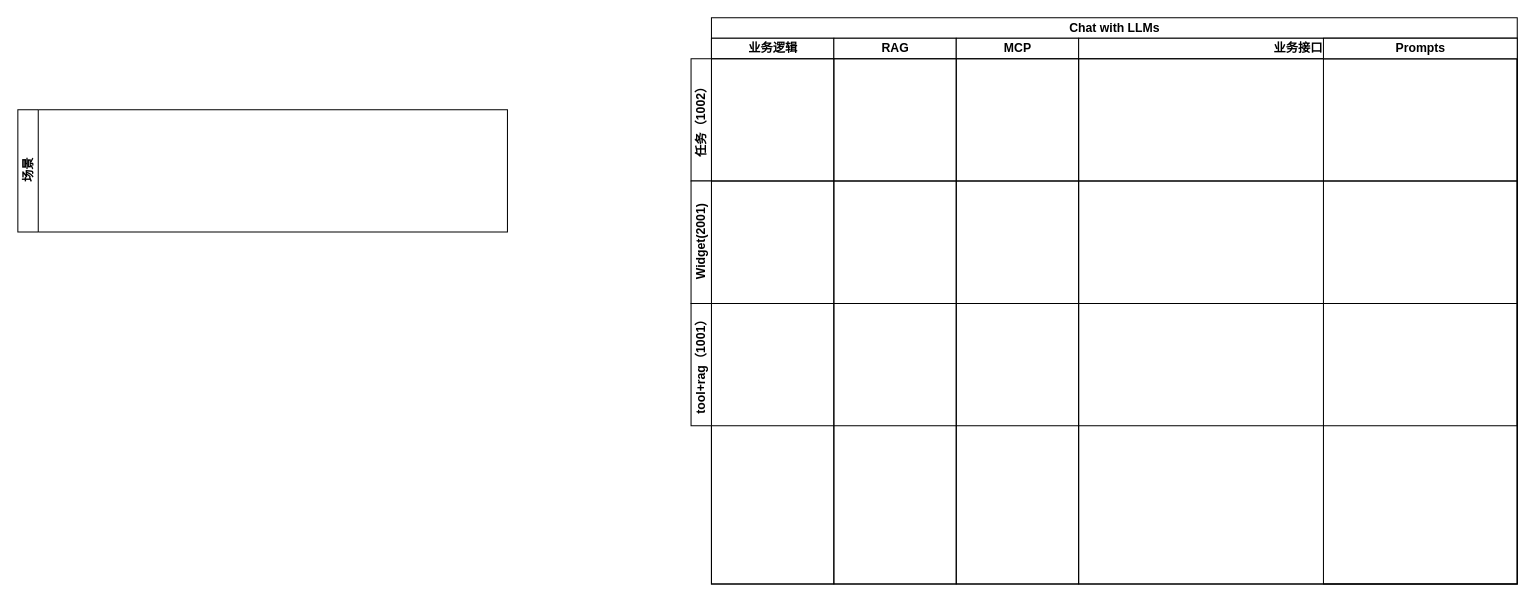
This is page "Page-1" (1 of 2) of 对话流程图.drawio from ludevica/hello-world, a draw.io file, before an edit. Source tidied: cells renumbered, new cells numbered last; positions are measured from the earlier drawing's top-left corner, leaving out a move shared by most shapes. Both pictures are drawn from the tidied source at 102%, with x=0, y=0 at pixel (17, 17).
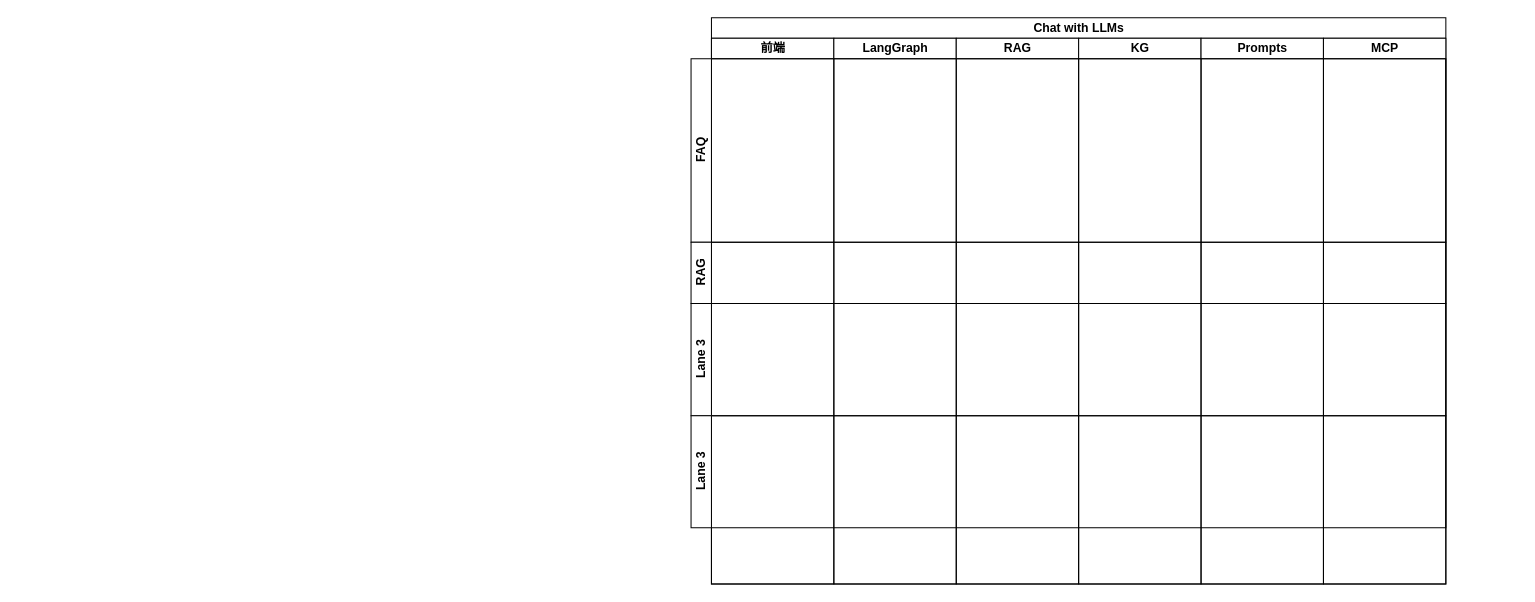
Above is the later version.

Commit message:
更新对话流程图.drawio

The edit, as a diff of the source:
```diff
@@
 <mxGraphModel>
   <root>
     <mxCell id="0" />
     <mxCell id="1" parent="0" />
     <mxCell id="2" value="Chat with LLMs" style="swimlane;startSize=20;html=1;" parent="1" vertex="1">
-      <mxGeometry x="680" width="790" height="555" as="geometry" />
+      <mxGeometry x="680" width="720" height="555" as="geometry" />
     </mxCell>
-    <mxCell id="3" value="业务逻辑" style="swimlane;startSize=20;html=1;" parent="2" vertex="1">
+    <mxCell id="3" value="前端" style="swimlane;startSize=20;html=1;" parent="2" vertex="1">
       <mxGeometry y="20" width="120" height="535" as="geometry" />
     </mxCell>
+    <mxCell id="12" value="LangGraph" style="swimlane;startSize=20;html=1;" parent="2" vertex="1">
+      <mxGeometry x="120" y="20" width="120" height="535" as="geometry" />
+    </mxCell>
     <mxCell id="4" value="RAG" style="swimlane;startSize=20;html=1;" parent="2" vertex="1">
-      <mxGeometry x="120" y="20" width="120" height="535" as="geometry" />
+      <mxGeometry x="240" y="20" width="120" height="535" as="geometry" />
     </mxCell>
-    <mxCell id="5" value="MCP" style="swimlane;startSize=20;html=1;" parent="2" vertex="1">
-      <mxGeometry x="240" y="20" width="120" height="535" as="geometry" />
+    <mxCell id="5" value="KG" style="swimlane;startSize=20;html=1;" parent="2" vertex="1">
+      <mxGeometry x="360" y="20" width="120" height="535" as="geometry" />
     </mxCell>
-    <mxCell id="6" value="业务接口" style="swimlane;startSize=20;html=1;" parent="2" vertex="1">
-      <mxGeometry x="360" y="20" width="430" height="535" as="geometry" />
-    </mxCell>
-    <mxCell id="7" value="任务（1002）" style="swimlane;startSize=20;horizontal=0;html=1;" parent="6" vertex="1">
-      <mxGeometry x="-380" y="20" width="810" height="120" as="geometry" />
-    </mxCell>
-    <mxCell id="8" value="Widget(2001)" style="swimlane;startSize=20;horizontal=0;html=1;" parent="6" vertex="1">
-      <mxGeometry x="-380" y="140" width="810" height="120" as="geometry" />
-    </mxCell>
-    <mxCell id="9" value="Prompts" style="swimlane;startSize=20;html=1;" parent="6" vertex="1">
-      <mxGeometry x="240" width="190" height="535" as="geometry" />
+    <mxCell id="9" value="Prompts" style="swimlane;startSize=20;html=1;" parent="2" vertex="1">
+      <mxGeometry x="480" y="20" width="120" height="535" as="geometry" />
     </mxCell>
-    <mxCell id="10" value="场景" style="swimlane;horizontal=0;startSize=20;html=1;" parent="1" vertex="1">
-      <mxGeometry y="90" width="480" height="120" as="geometry" />
-    </mxCell>
-    <mxCell id="11" value="tool+rag（1001）" style="swimlane;startSize=20;horizontal=0;html=1;" parent="1" vertex="1">
-      <mxGeometry x="660" y="280" width="810" height="120" as="geometry" />
-    </mxCell>
+    <mxCell id="13" value="MCP" style="swimlane;startSize=20;html=1;" parent="2" vertex="1">
+      <mxGeometry x="600" y="20" width="120" height="535" as="geometry" />
+    </mxCell>
+    <mxCell id="14" value="FAQ" style="swimlane;startSize=20;horizontal=0;html=1;" parent="1" vertex="1">
+      <mxGeometry x="660" y="40" width="740" height="180" as="geometry" />
+    </mxCell>
+    <mxCell id="15" value="RAG" style="swimlane;startSize=20;horizontal=0;html=1;" parent="1" vertex="1">
+      <mxGeometry x="660" y="220" width="740" height="60" as="geometry" />
+    </mxCell>
+    <mxCell id="16" value="Lane 3" style="swimlane;startSize=20;horizontal=0;html=1;" parent="1" vertex="1">
+      <mxGeometry x="660" y="280" width="740" height="110" as="geometry" />
+    </mxCell>
+    <mxCell id="17" value="Lane 3" style="swimlane;startSize=20;horizontal=0;html=1;" parent="1" vertex="1">
+      <mxGeometry x="660" y="390" width="740" height="110" as="geometry" />
+    </mxCell>
   </root>
 </mxGraphModel>
```
